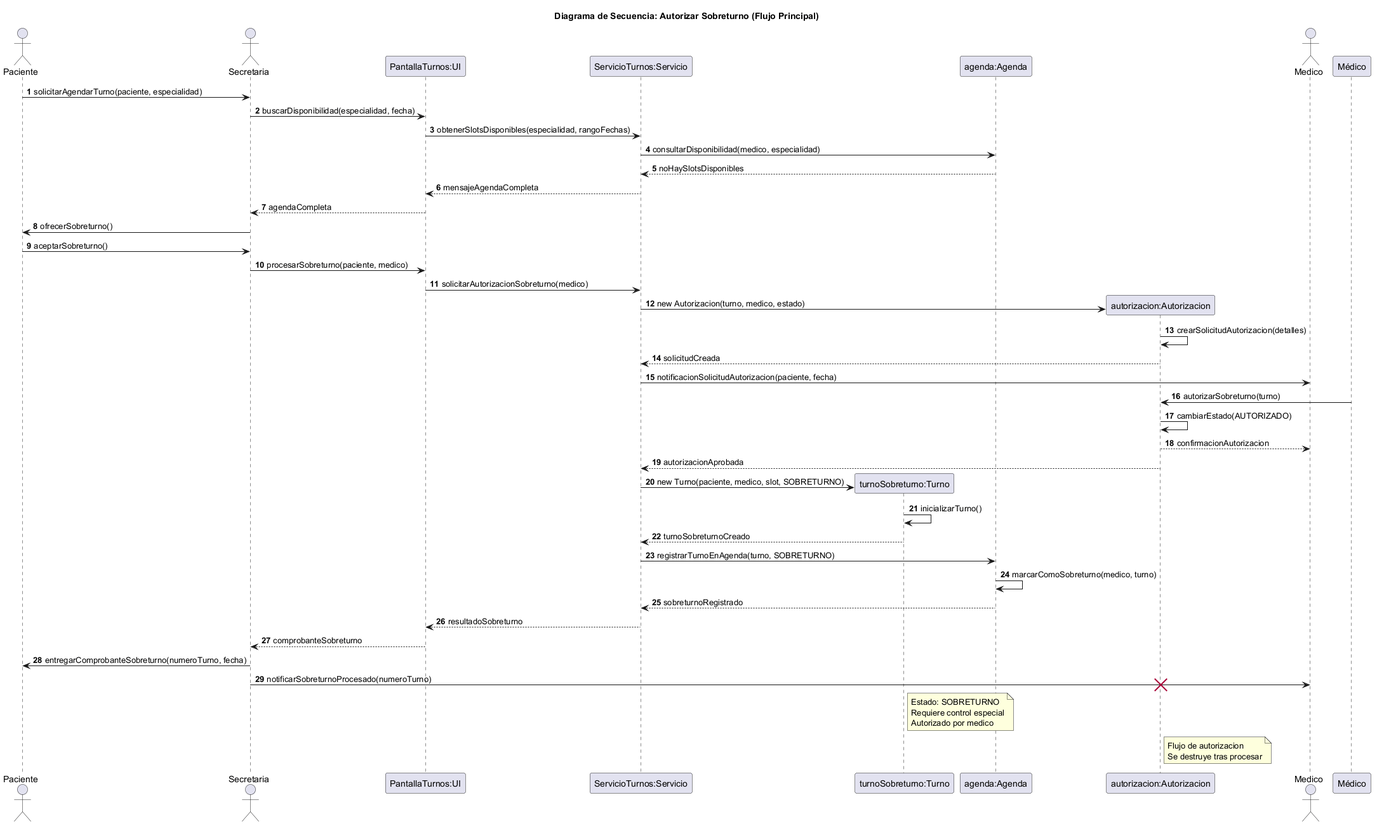
Before: diagramas/05-diagramas-secuencia/05-secuencia-autorizar-sobreturno-flujo-principal-04.png, a diagram exported from PlantUML (Purezaamor/SistemaTurnosMedicos).
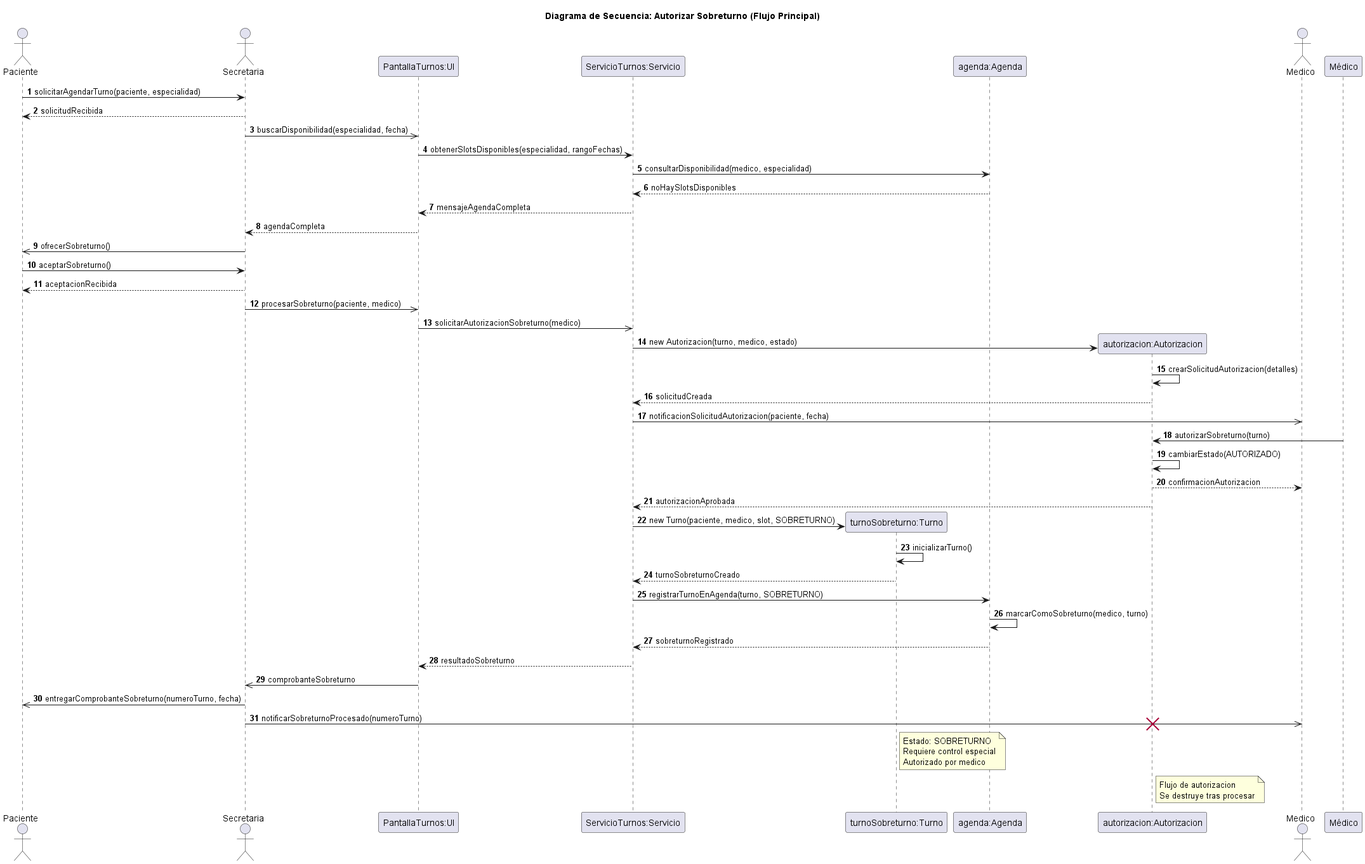
The same file after the commit.

Diff of the diagram source:
```diff
@@ -13,21 +13,23 @@
 autonumber
 
 Paciente -> Secretaria: solicitarAgendarTurno(paciente, especialidad)
-Secretaria -> UI: buscarDisponibilidad(especialidad, fecha)
+Secretaria --> Paciente: solicitudRecibida
+Secretaria ->> UI: buscarDisponibilidad(especialidad, fecha)
 UI -> Servicio: obtenerSlotsDisponibles(especialidad, rangoFechas)
 Servicio -> Agenda: consultarDisponibilidad(medico, especialidad)
 Agenda --> Servicio: noHaySlotsDisponibles
 Servicio --> UI: mensajeAgendaCompleta
 UI --> Secretaria: agendaCompleta
-Secretaria -> Paciente: ofrecerSobreturno()
+Secretaria ->> Paciente: ofrecerSobreturno()
 Paciente -> Secretaria: aceptarSobreturno()
-Secretaria -> UI: procesarSobreturno(paciente, medico)
-UI -> Servicio: solicitarAutorizacionSobreturno(medico)
+Secretaria --> Paciente: aceptacionRecibida
+Secretaria ->> UI: procesarSobreturno(paciente, medico)
+UI ->> Servicio: solicitarAutorizacionSobreturno(medico)
 create Auth
 Servicio -> Auth: new Autorizacion(turno, medico, estado)
 Auth -> Auth: crearSolicitudAutorizacion(detalles)
 Auth --> Servicio: solicitudCreada
-Servicio -> Medico: notificacionSolicitudAutorizacion(paciente, fecha)
+Servicio ->> Medico: notificacionSolicitudAutorizacion(paciente, fecha)
 Médico -> Auth: autorizarSobreturno(turno)
 Auth -> Auth: cambiarEstado(AUTORIZADO)
 Auth --> Medico: confirmacionAutorizacion
@@ -40,9 +42,9 @@
 Agenda -> Agenda: marcarComoSobreturno(medico, turno)
 Agenda --> Servicio: sobreturnoRegistrado
 Servicio --> UI: resultadoSobreturno
-UI --> Secretaria: comprobanteSobreturno
-Secretaria -> Paciente: entregarComprobanteSobreturno(numeroTurno, fecha)
-Secretaria -> Medico: notificarSobreturnoProcesado(numeroTurno)
+UI ->> Secretaria: comprobanteSobreturno
+Secretaria ->> Paciente: entregarComprobanteSobreturno(numeroTurno, fecha)
+Secretaria ->> Medico: notificarSobreturnoProcesado(numeroTurno)
 
 note right of Turno
   Estado: SOBRETURNO
```
